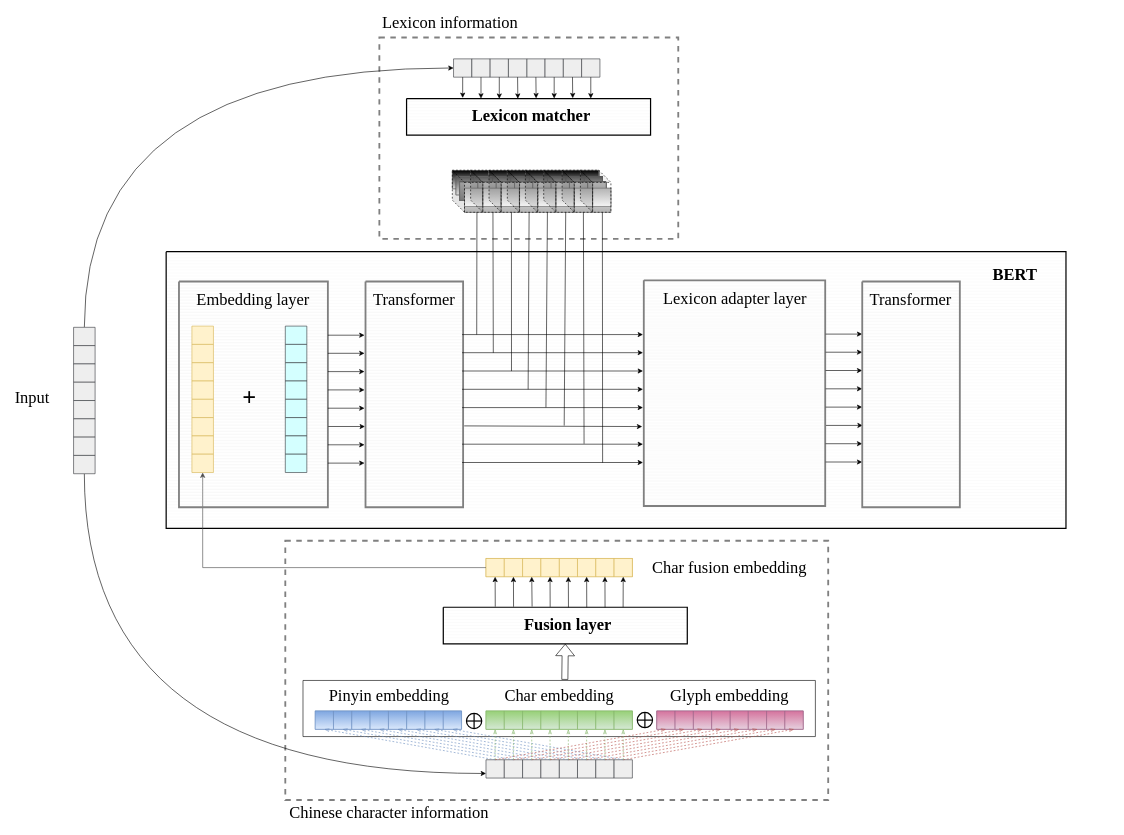
This is SCLert_model.drawio from JJackMoO/Jackert_draw, a draw.io file, before an edit. Source tidied: cells renumbered, new cells numbered last; positions are measured from the earlier drawing's top-left corner, leaving out a move shared by most shapes. Both pictures are drawn from the tidied source at 61%, with x=0, y=0 at pixel (10, 10).
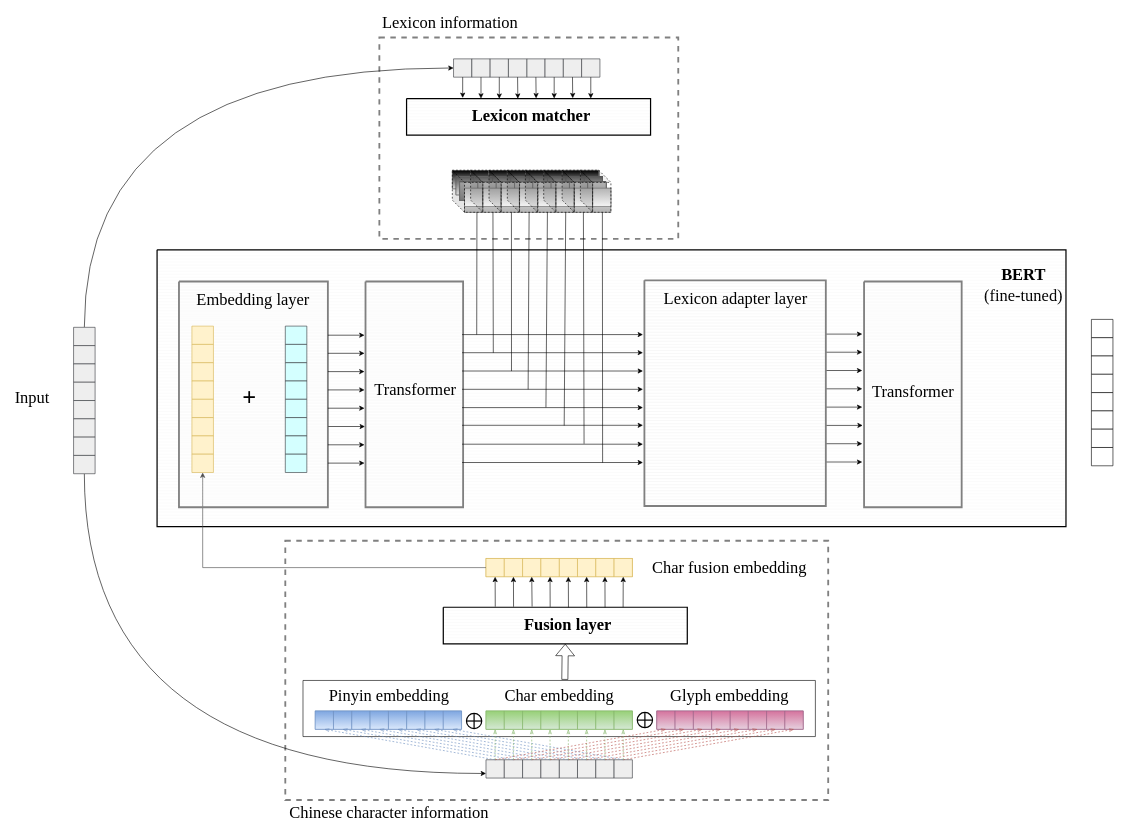
The same diagram, later.

The edit, as a diff of the source:
```diff
@@
+    <mxCell id="402" value="&lt;h1&gt;&lt;span style=&quot;font-size: 27px; font-weight: normal;&quot;&gt;(fine-tuned)&lt;/span&gt;&lt;/h1&gt;" style="text;html=1;align=center;verticalAlign=middle;fillColor=none;strokeColor=none;rounded=0;shadow=0;sketch=0;fillStyle=auto;fontFamily=Times New Roman;fontSize=27;" parent="1" vertex="1">
+      <mxGeometry x="1590" y="399.1" width="140" height="120" as="geometry" />
+    </mxCell>
     <mxCell id="2" style="verticalLabelPosition=bottom;verticalAlign=top;html=1;shape=mxgraph.basic.patternFillRect;fillStyle=hor;step=5;fillStrokeWidth=0.2;fillStrokeColor=#dddddd;shadow=0;sketch=0;fontFamily=Times New Roman;fontSize=27;strokeColor=#000000;strokeWidth=2;fillColor=none;gradientColor=#ffffff;gradientDirection=north;" parent="1" vertex="1">
-      <mxGeometry x="254.9" y="395" width="1475.1" height="453.8" as="geometry" />
+      <mxGeometry x="240" y="392" width="1490" height="453.8" as="geometry" />
     </mxCell>
@@
     <mxCell id="108" value="&lt;h1&gt;&lt;b&gt;&lt;font style=&quot;font-size: 27px;&quot;&gt;B&lt;/font&gt;&lt;/b&gt;&lt;b style=&quot;background-color: initial; font-size: 27px;&quot;&gt;E&lt;/b&gt;&lt;b style=&quot;background-color: initial; font-size: 27px; line-height: 1.1;&quot;&gt;RT&lt;/b&gt;&lt;/h1&gt;" style="text;html=1;align=center;verticalAlign=middle;fillColor=none;strokeColor=none;rounded=0;shadow=0;sketch=0;fillStyle=auto;fontFamily=Times New Roman;fontSize=27;" parent="1" vertex="1">
-      <mxGeometry x="1601" y="364" width="90" height="120" as="geometry" />
+      <mxGeometry x="1615" y="364" width="90" height="120" as="geometry" />
     </mxCell>
@@
     <mxCell id="128" value="Transformer" style="text;html=1;align=center;verticalAlign=middle;fillColor=none;strokeColor=none;rounded=0;shadow=0;sketch=0;fillStyle=auto;fontFamily=Times New Roman;fontSize=27;" parent="1" vertex="1">
-      <mxGeometry x="585.7" y="454" width="150" height="40" as="geometry" />
+      <mxGeometry x="587.7" y="602.1" width="150" height="40" as="geometry" />
     </mxCell>
-    <mxCell id="129" style="group;" parent="1" vertex="1">
-      <mxGeometry x="1035" y="442" width="297.4" height="370" as="geometry" />
-    </mxCell>
-    <mxCell id="130" style="verticalLabelPosition=bottom;verticalAlign=top;html=1;shape=mxgraph.basic.patternFillRect;fillStyle=hor;step=5;fillStrokeWidth=0.2;fillStrokeColor=#dddddd;shadow=0;sketch=0;fontFamily=Times New Roman;fontSize=27;strokeColor=#808080;strokeWidth=3;fillColor=none;gradientColor=#ffffff;gradientDirection=north;" parent="129" vertex="1">
-      <mxGeometry x="2.9" width="297.4" height="370" as="geometry" />
-    </mxCell>
-    <mxCell id="131" value="Lexicon adapter layer" style="text;html=1;align=center;verticalAlign=middle;fillColor=none;strokeColor=none;rounded=0;shadow=0;sketch=0;fillStyle=auto;fontFamily=Times New Roman;fontSize=27;" parent="129" vertex="1">
-      <mxGeometry x="26.6" y="10" width="250" height="40" as="geometry" />
-    </mxCell>
@@
     <mxCell id="150" style="verticalLabelPosition=bottom;verticalAlign=top;html=1;shape=mxgraph.basic.patternFillRect;fillStyle=hor;step=5;fillStrokeWidth=0.2;fillStrokeColor=#dddddd;shadow=0;sketch=0;fontFamily=Times New Roman;fontSize=27;strokeColor=#808080;strokeWidth=3;fillColor=none;gradientColor=#ffffff;gradientDirection=north;" parent="1" vertex="1">
-      <mxGeometry x="1396" y="444" width="160" height="370" as="geometry" />
+      <mxGeometry x="1399" y="444" width="160" height="370" as="geometry" />
     </mxCell>
@@
+    <mxCell id="401" value="Transformer" style="text;html=1;align=center;verticalAlign=middle;fillColor=none;strokeColor=none;rounded=0;shadow=0;sketch=0;fillStyle=auto;fontFamily=Times New Roman;fontSize=27;" parent="1" vertex="1">
+      <mxGeometry x="1404" y="605.1" width="150" height="40" as="geometry" />
+    </mxCell>
+    <mxCell id="403" style="group;" parent="1" vertex="1">
+      <mxGeometry x="740" y="531" width="296.5" height="209.7" as="geometry" />
+    </mxCell>
-    <mxCell id="392" style="group;" parent="1" vertex="1">
-      <mxGeometry x="740" y="531" width="296.5" height="209.7" as="geometry" />
+    <mxCell id="392" style="group;" parent="403" vertex="1">
+      <mxGeometry width="296.5" height="209.7" as="geometry" />
     </mxCell>
@@
-    <mxCell id="398" style="endArrow=classic;html=1;rounded=0;entryX=0.529;entryY=0.632;entryDx=0;entryDy=0;entryPerimeter=0;" parent="392" edge="1" target="2">
-      <mxGeometry relative="1" as="geometry">
-        <mxPoint x="3.5" y="149.7" as="sourcePoint" />
-      </mxGeometry>
-    </mxCell>
@@
-    <mxCell id="401" value="Transformer" style="text;html=1;align=center;verticalAlign=middle;fillColor=none;strokeColor=none;rounded=0;shadow=0;sketch=0;fillStyle=auto;fontFamily=Times New Roman;fontSize=27;" parent="1" vertex="1">
-      <mxGeometry x="1400" y="454" width="150" height="40" as="geometry" />
-    </mxCell>
+    <mxCell id="404" style="endArrow=classic;html=1;rounded=0;" parent="403" edge="1">
+      <mxGeometry relative="1" as="geometry">
+        <mxPoint y="148.7" as="sourcePoint" />
+        <mxPoint x="296.5" y="148.7" as="targetPoint" />
+      </mxGeometry>
+    </mxCell>
+    <mxCell id="130" style="verticalLabelPosition=bottom;verticalAlign=top;html=1;shape=mxgraph.basic.patternFillRect;fillStyle=hor;step=5;fillStrokeWidth=0.2;fillStrokeColor=#dddddd;shadow=0;sketch=0;fontFamily=Times New Roman;fontSize=27;strokeColor=#808080;strokeWidth=3;fillColor=none;gradientColor=#ffffff;gradientDirection=north;" parent="1" vertex="1">
+      <mxGeometry x="1038.9" y="442" width="297.4" height="370" as="geometry" />
+    </mxCell>
+    <mxCell id="131" value="Lexicon adapter layer" style="text;html=1;align=center;verticalAlign=middle;fillColor=none;strokeColor=none;rounded=0;shadow=0;sketch=0;fillStyle=auto;fontFamily=Times New Roman;fontSize=27;" parent="1" vertex="1">
+      <mxGeometry x="1062.6" y="452" width="250" height="40" as="geometry" />
+    </mxCell>
+    <mxCell id="405" style="verticalLabelPosition=bottom;verticalAlign=top;html=1;shape=mxgraph.basic.patternFillRect;fillStyle=auto;step=5;fillStrokeWidth=0.2;fillStrokeColor=#dddddd;gradientDirection=north;shadow=0;sketch=0;" parent="1" vertex="1">
+      <mxGeometry x="1771.7" y="506.1" width="35.3" height="30" as="geometry" />
+    </mxCell>
+    <mxCell id="406" style="verticalLabelPosition=bottom;verticalAlign=top;html=1;shape=mxgraph.basic.patternFillRect;fillStyle=auto;step=5;fillStrokeWidth=0.2;fillStrokeColor=#dddddd;gradientDirection=north;shadow=0;sketch=0;" parent="1" vertex="1">
+      <mxGeometry x="1771.7" y="536.1" width="35.3" height="30" as="geometry" />
+    </mxCell>
+    <mxCell id="407" style="verticalLabelPosition=bottom;verticalAlign=top;html=1;shape=mxgraph.basic.patternFillRect;fillStyle=auto;step=5;fillStrokeWidth=0.2;fillStrokeColor=#dddddd;gradientDirection=north;shadow=0;sketch=0;" parent="1" vertex="1">
+      <mxGeometry x="1771.7" y="566.1" width="35.3" height="30" as="geometry" />
+    </mxCell>
+    <mxCell id="408" style="verticalLabelPosition=bottom;verticalAlign=top;html=1;shape=mxgraph.basic.patternFillRect;fillStyle=auto;step=5;fillStrokeWidth=0.2;fillStrokeColor=#dddddd;gradientDirection=north;shadow=0;sketch=0;" parent="1" vertex="1">
+      <mxGeometry x="1771.7" y="596.1" width="35.3" height="30" as="geometry" />
+    </mxCell>
+    <mxCell id="409" style="verticalLabelPosition=bottom;verticalAlign=top;html=1;shape=mxgraph.basic.patternFillRect;fillStyle=auto;step=5;fillStrokeWidth=0.2;fillStrokeColor=#dddddd;gradientDirection=north;shadow=0;sketch=0;" parent="1" vertex="1">
+      <mxGeometry x="1771.7" y="626.1" width="35.3" height="30" as="geometry" />
+    </mxCell>
+    <mxCell id="410" style="verticalLabelPosition=bottom;verticalAlign=top;html=1;shape=mxgraph.basic.patternFillRect;fillStyle=auto;step=5;fillStrokeWidth=0.2;fillStrokeColor=#dddddd;gradientDirection=north;shadow=0;sketch=0;" parent="1" vertex="1">
+      <mxGeometry x="1771.7" y="656.1" width="35.3" height="30" as="geometry" />
+    </mxCell>
+    <mxCell id="411" style="verticalLabelPosition=bottom;verticalAlign=top;html=1;shape=mxgraph.basic.patternFillRect;fillStyle=auto;step=5;fillStrokeWidth=0.2;fillStrokeColor=#dddddd;gradientDirection=north;shadow=0;sketch=0;" parent="1" vertex="1">
+      <mxGeometry x="1771.7" y="686.1" width="35.3" height="30" as="geometry" />
+    </mxCell>
+    <mxCell id="412" style="verticalLabelPosition=bottom;verticalAlign=top;html=1;shape=mxgraph.basic.patternFillRect;fillStyle=auto;step=5;fillStrokeWidth=0.2;fillStrokeColor=#dddddd;gradientDirection=north;shadow=0;sketch=0;" parent="1" vertex="1">
+      <mxGeometry x="1771.7" y="716.1" width="35.3" height="30" as="geometry" />
+    </mxCell>
```
